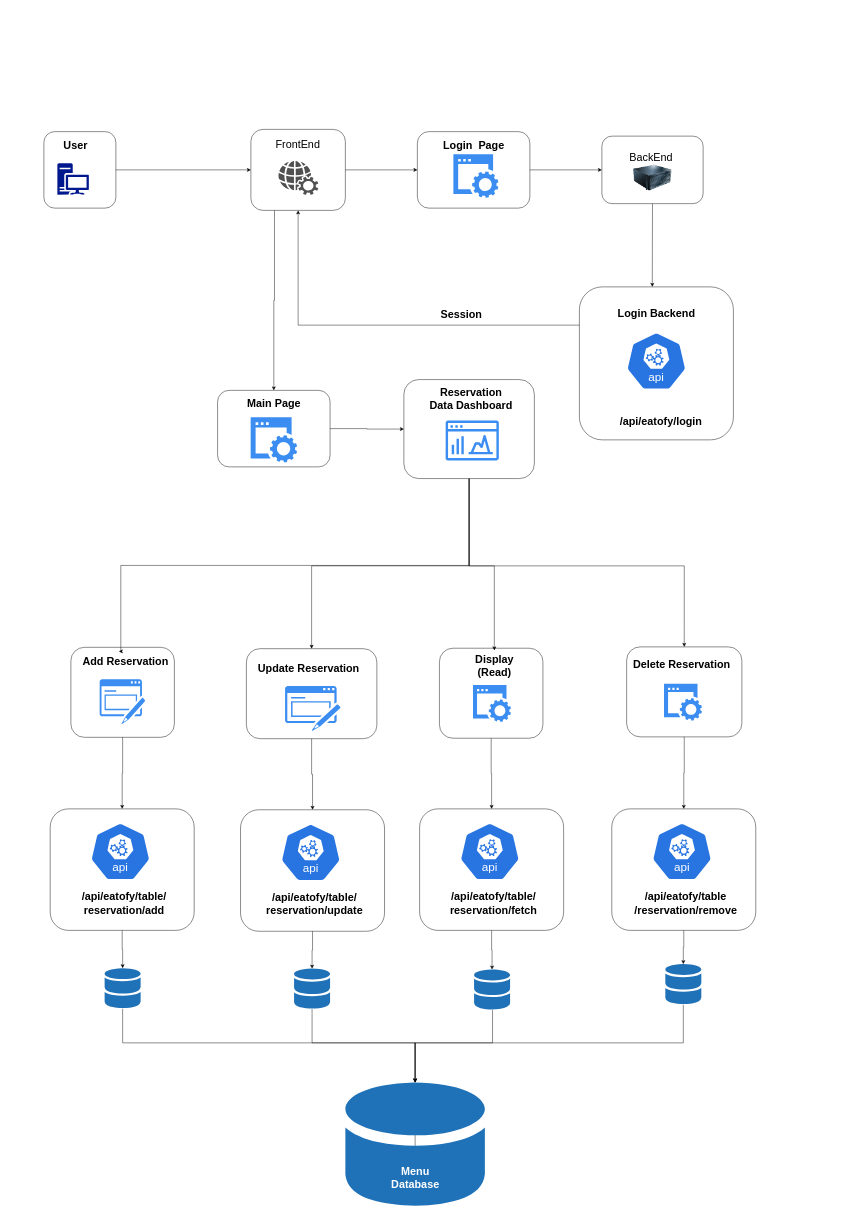
The draw.io diagram page "Reservation" (6 of 7) of eatofy.drawio in appnichetechnologies/Eatofy-System-Design, before the edit. Source tidied: cells renumbered, new cells numbered last; positions are measured from the earlier drawing's top-left corner, leaving out a move shared by most shapes. Both pictures are drawn from the tidied source at 45%, with x=0, y=0 at pixel (44, 129).
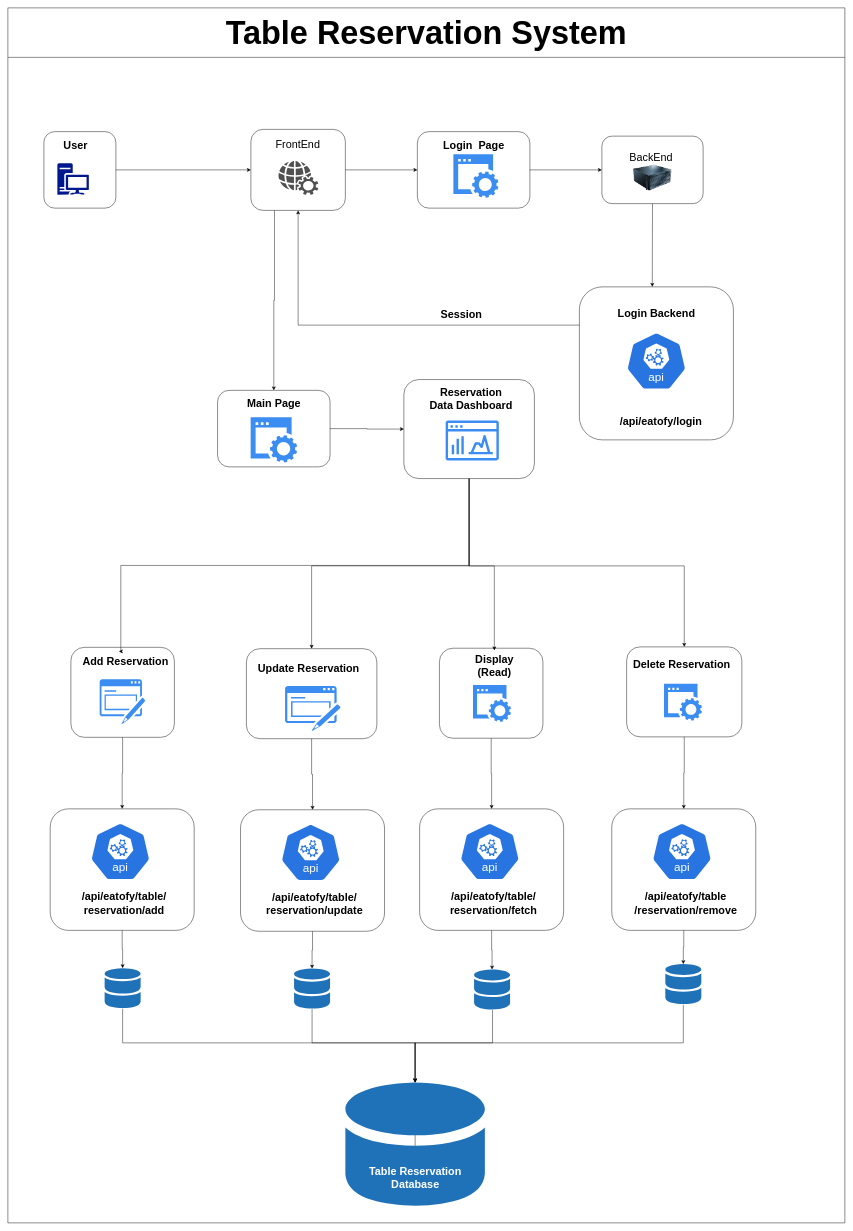
The same page after the edit.

Change to the diagram source:
```diff
@@
-    <mxCell id="51" value="&lt;div&gt;&lt;font color=&quot;#ffffff&quot; style=&quot;font-size: 24px;&quot;&gt;Menu&lt;br&gt;&lt;/font&gt;&lt;/div&gt;&lt;div&gt;&lt;font color=&quot;#ffffff&quot; style=&quot;font-size: 24px;&quot;&gt;Database&lt;/font&gt;&lt;/div&gt;" style="text;strokeColor=none;fillColor=none;html=1;fontSize=24;fontStyle=1;verticalAlign=middle;align=center;" parent="1" vertex="1">
+    <mxCell id="51" value="&lt;div&gt;&lt;font color=&quot;#ffffff&quot; style=&quot;font-size: 24px;&quot;&gt;Table Reservation&lt;br&gt;&lt;/font&gt;&lt;/div&gt;&lt;div&gt;&lt;font color=&quot;#ffffff&quot; style=&quot;font-size: 24px;&quot;&gt;Database&lt;/font&gt;&lt;/div&gt;" style="text;strokeColor=none;fillColor=none;html=1;fontSize=24;fontStyle=1;verticalAlign=middle;align=center;" parent="1" vertex="1">
       <mxGeometry x="650" y="2270" width="350" height="120" as="geometry" />
     </mxCell>
@@
+    <mxCell id="93" value="&lt;div&gt;&lt;b&gt;&lt;font style=&quot;font-size: 72px;&quot;&gt;Table Reservation System&lt;/font&gt;&lt;/b&gt;&lt;/div&gt;" style="swimlane;whiteSpace=wrap;html=1;startSize=110;" parent="1" vertex="1">
+      <mxGeometry x="-80" y="-270" width="1860" height="2700" as="geometry" />
+    </mxCell>
```
